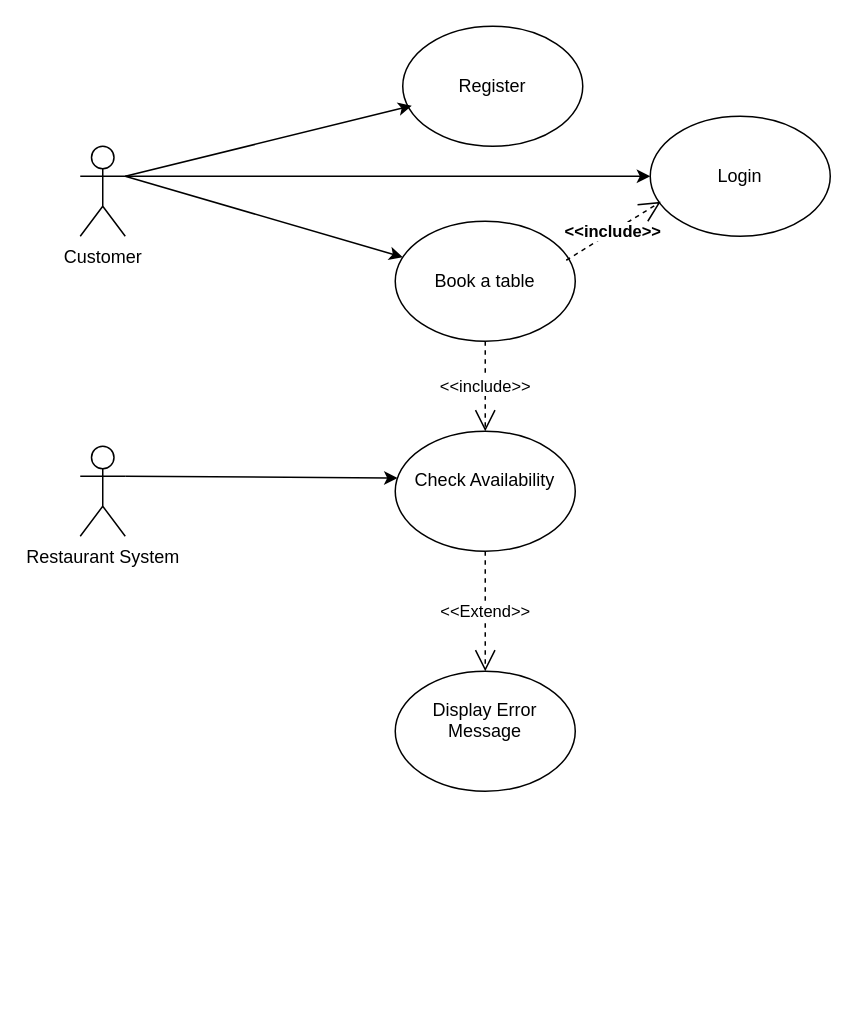
Earlier version of the draw.io diagram Kiemtra_Vegan_Gardens_NGOANHTHANTHIEN_2785.drawio (NgoAnhThanThien/thanthien123). Source tidied: cells renumbered, new cells numbered last; positions are measured from the earlier drawing's top-left corner, leaving out a move shared by most shapes. Both pictures are drawn from the tidied source at 150%, with x=0, y=0 at pixel (80, 26).
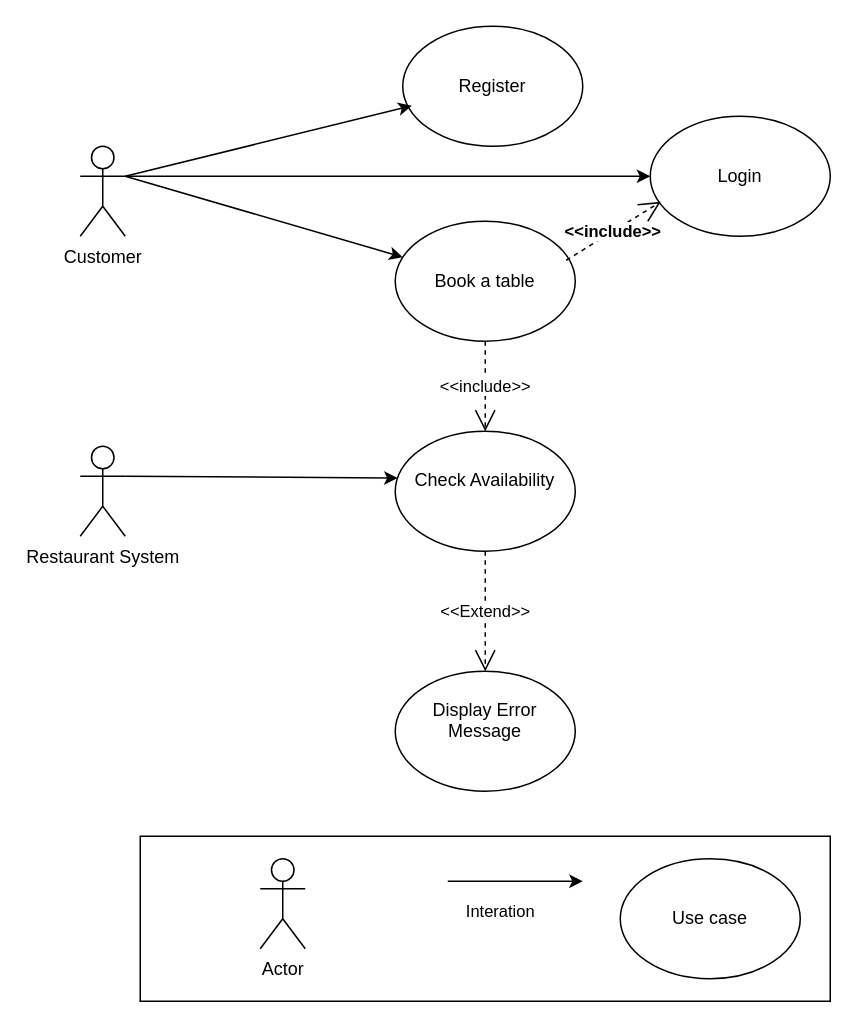
The same diagram, later.

Change to the diagram source:
```diff
@@
+    <mxCell id="16" style="rounded=0;whiteSpace=wrap;html=1;" parent="1" vertex="1">
+      <mxGeometry x="40" y="540" width="460" height="110" as="geometry" />
+    </mxCell>
+    <mxCell id="17" value="Interation" style="endArrow=classic;html=1;rounded=0;" parent="1" edge="1">
+      <mxGeometry x="-0.22" y="-20" relative="1" as="geometry">
+        <mxPoint x="245" y="570" as="sourcePoint" />
+        <mxPoint x="335" y="570" as="targetPoint" />
+      </mxGeometry>
+    </mxCell>
+    <mxCell id="18" value="Use case" style="ellipse;whiteSpace=wrap;html=1;" parent="1" vertex="1">
+      <mxGeometry x="360" y="555" width="120" height="80" as="geometry" />
+    </mxCell>
+    <mxCell id="19" value="Actor&lt;div&gt;&lt;br&gt;&lt;/div&gt;" style="shape=umlActor;verticalLabelPosition=bottom;verticalAlign=top;html=1;" parent="1" vertex="1">
+      <mxGeometry x="120" y="555" width="30" height="60" as="geometry" />
+    </mxCell>
```
